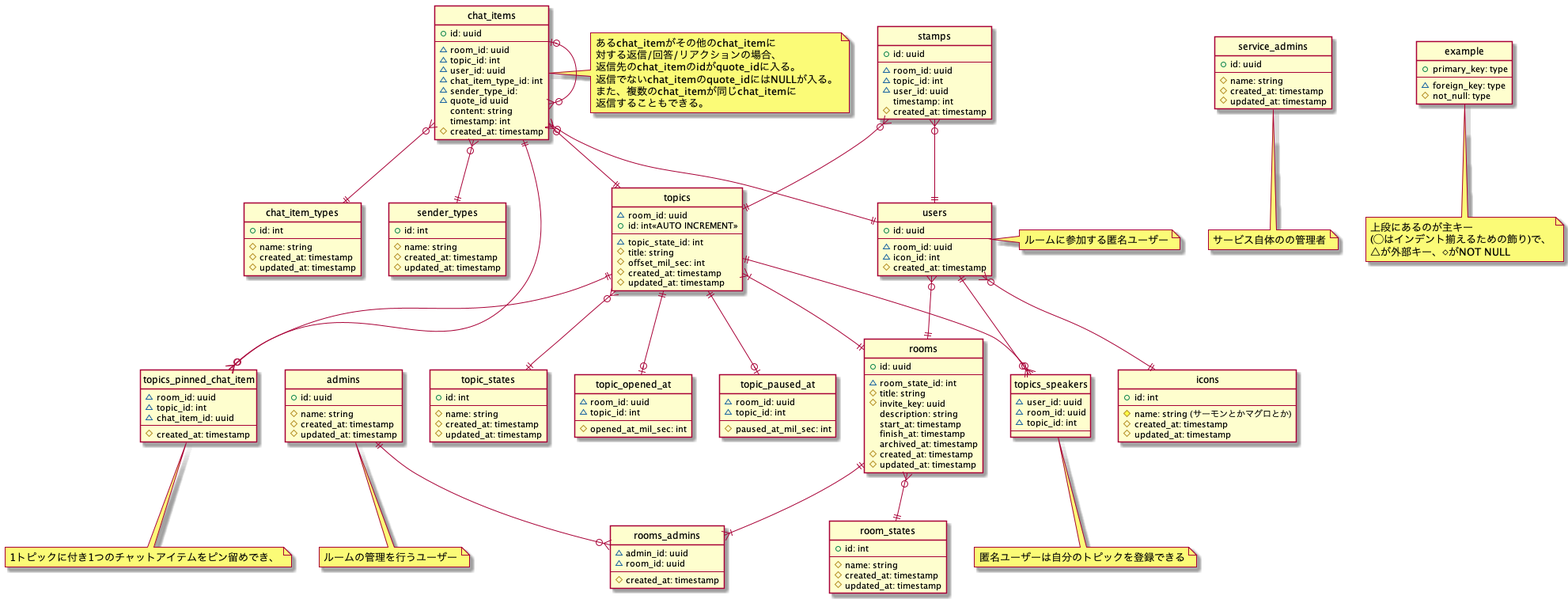
The PlantUML diagram doc/ER/ER_logic.png in osushi-academy/sushi-chat, before a commit.
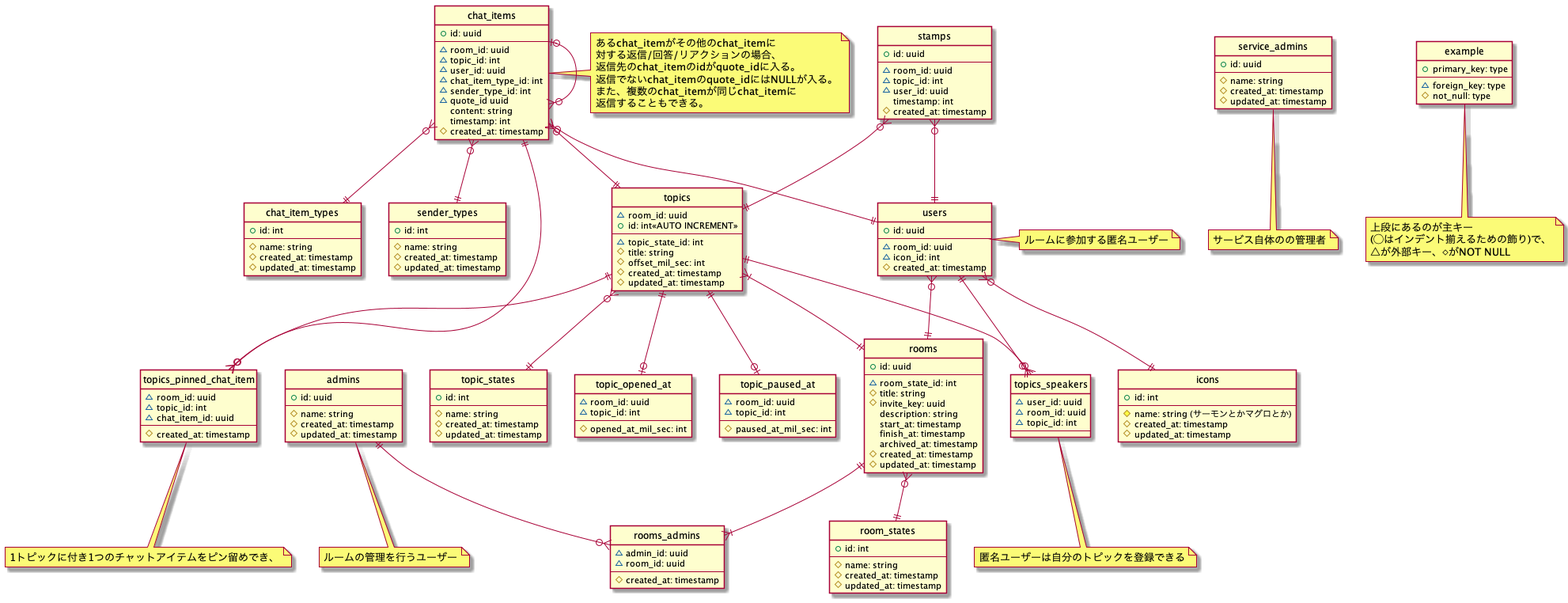
After the change.

Commit message:
added missing sender_type_id type

Change to the diagram source:
```diff
@@ -126,7 +126,7 @@
     ~topic_id: int
     ~user_id: uuid
     ~chat_item_type_id: int
-    ~sender_type_id:
+    ~sender_type_id: int
     ~quote_id uuid
     content: string
     timestamp: int
```
